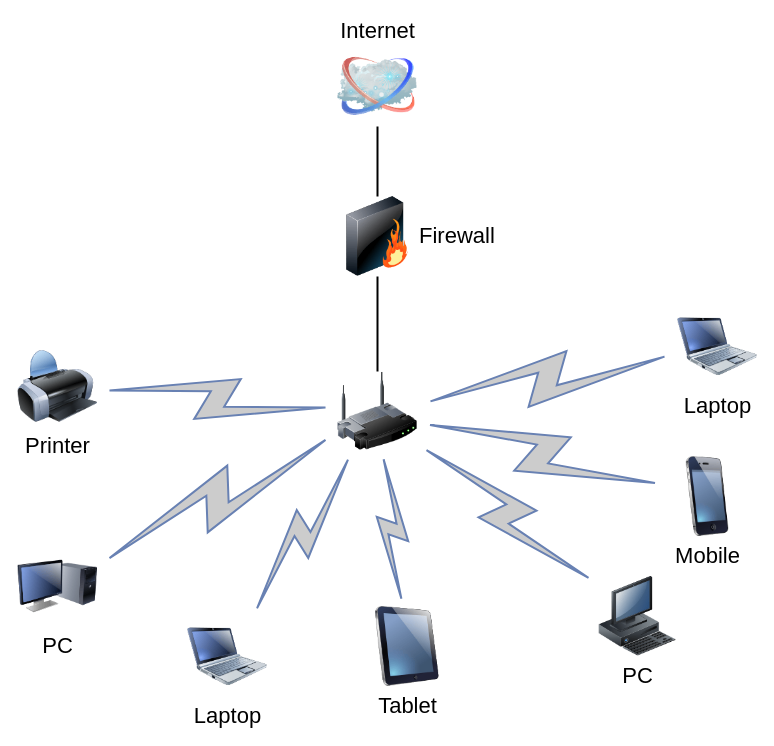
The draw.io diagram HDDMDT.drawio in Eddardx/MDT, before the edit. Source tidied: cells renumbered, new cells numbered last; positions are measured from the earlier drawing's top-left corner, leaving out a move shared by most shapes. Both pictures are drawn from the tidied source at 100%, with x=0, y=0 at pixel (17, 46).
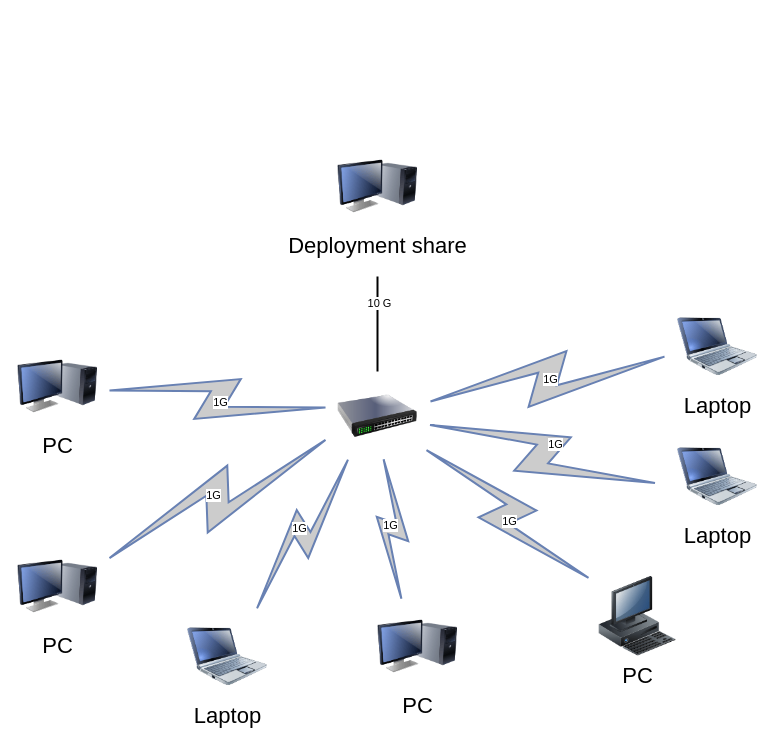
After the change.

Unchanged cells that the change refers to:
```xml
<mxCell id="8" value="PC" style="image;html=1;labelBackgroundColor=#ffffff;image=img/lib/clip_art/computers/Monitor_Tower_128x128.png;rounded=1;shadow=0;comic=0;strokeWidth=2;fontSize=22;" parent="1" vertex="1">
  <mxGeometry y="500" width="80" height="80" as="geometry" />
</mxCell>
<mxCell id="10" value="PC" style="image;html=1;labelBackgroundColor=#ffffff;image=img/lib/clip_art/computers/Workstation_128x128.png;rounded=1;shadow=0;comic=0;strokeWidth=2;fontSize=22;" parent="1" vertex="1">
  <mxGeometry x="580" y="530" width="80" height="80" as="geometry" />
</mxCell>
<mxCell id="12" value="Laptop" style="image;html=1;labelBackgroundColor=#ffffff;image=img/lib/clip_art/computers/Netbook_128x128.png;rounded=1;shadow=0;comic=0;strokeColor=#000000;strokeWidth=2;fillColor=#FFFFFF;fontSize=22;fontColor=#000000;" parent="1" vertex="1">
  <mxGeometry x="660" y="260" width="80" height="80" as="geometry" />
</mxCell>
<mxCell id="13" value="Laptop" style="image;html=1;labelBackgroundColor=#ffffff;image=img/lib/clip_art/computers/Netbook_128x128.png;rounded=1;shadow=0;comic=0;strokeWidth=2;fontSize=22;" parent="1" vertex="1">
  <mxGeometry x="170" y="570" width="80" height="80" as="geometry" />
</mxCell>
```

What changed in the source:
```diff
@@
-    <mxCell id="2" style="edgeStyle=none;rounded=0;html=1;labelBackgroundColor=none;endArrow=none;strokeWidth=2;fontFamily=Verdana;fontSize=22;" parent="1" edge="1" source="3" target="6">
-      <mxGeometry relative="1" as="geometry" />
+    <mxCell id="2" style="edgeStyle=none;rounded=0;html=1;labelBackgroundColor=none;endArrow=none;strokeWidth=2;fontFamily=Verdana;fontSize=22;" parent="1" edge="1">
+      <mxGeometry relative="1" as="geometry">
+        <mxPoint x="360" y="325" as="sourcePoint" />
+        <mxPoint x="360" y="230" as="targetPoint" />
+      </mxGeometry>
     </mxCell>
-    <mxCell id="3" style="image;html=1;labelBackgroundColor=#ffffff;image=img/lib/clip_art/networking/Wireless_Router_128x128.png;rounded=1;shadow=0;comic=0;strokeWidth=2;fontSize=22;" parent="1" vertex="1">
-      <mxGeometry x="320" y="325" width="80" height="80" as="geometry" />
-    </mxCell>
-    <mxCell id="4" value="Internet" style="image;html=1;labelBackgroundColor=#ffffff;image=img/lib/clip_art/networking/Cloud_128x128.png;rounded=1;shadow=0;comic=0;strokeWidth=2;fontSize=22;labelPosition=center;verticalLabelPosition=top;align=center;verticalAlign=bottom;" parent="1" vertex="1">
-      <mxGeometry x="320" width="80" height="80" as="geometry" />
-    </mxCell>
-    <mxCell id="5" style="edgeStyle=none;rounded=0;html=1;labelBackgroundColor=none;endArrow=none;strokeWidth=2;fontFamily=Verdana;fontSize=22;" parent="1" edge="1" source="6" target="4">
-      <mxGeometry relative="1" as="geometry" />
-    </mxCell>
-    <mxCell id="6" value="Firewall" style="image;html=1;labelBackgroundColor=#ffffff;image=img/lib/clip_art/networking/Firewall_128x128.png;rounded=1;shadow=0;comic=0;strokeWidth=2;fontSize=22;labelPosition=right;verticalLabelPosition=middle;align=left;verticalAlign=middle;" parent="1" vertex="1">
-      <mxGeometry x="320" y="150" width="80" height="80" as="geometry" />
-    </mxCell>
-    <mxCell id="7" value="Tablet" style="image;html=1;labelBackgroundColor=#ffffff;image=img/lib/clip_art/computers/iPad_128x128.png;rounded=1;shadow=0;comic=0;strokeWidth=2;fontSize=22;" parent="1" vertex="1">
-      <mxGeometry x="350" y="560" width="80" height="80" as="geometry" />
-    </mxCell>
+    <mxCell id="21" value="10 G" style="edgeLabel;html=1;align=center;verticalAlign=middle;" parent="2" vertex="1">
+      <mxGeometry x="0.45" y="-1" relative="1" as="geometry" />
+    </mxCell>
@@
-    <mxCell id="9" value="Printer" style="image;html=1;labelBackgroundColor=#ffffff;image=img/lib/clip_art/computers/Printer_128x128.png;rounded=1;shadow=0;comic=0;strokeWidth=2;fontSize=22;" parent="1" vertex="1">
-      <mxGeometry y="300" width="80" height="80" as="geometry" />
-    </mxCell>
@@
-    <mxCell id="11" value="Mobile" style="image;html=1;labelBackgroundColor=#ffffff;image=img/lib/clip_art/telecommunication/iPhone_128x128.png;rounded=1;shadow=0;comic=0;strokeWidth=2;fontSize=22;" parent="1" vertex="1">
-      <mxGeometry x="650" y="410" width="80" height="80" as="geometry" />
-    </mxCell>
@@
-    <mxCell id="14" style="html=1;fillColor=#CCCCCC;strokeColor=#6881B3;gradientColor=none;gradientDirection=north;strokeWidth=2;shape=mxgraph.networks.comm_link_edge;html=1;labelBackgroundColor=none;endArrow=none;fontFamily=Verdana;fontSize=22;fontColor=#000000;" parent="1" edge="1" source="9" target="3">
-      <mxGeometry relative="1" as="geometry" />
+    <mxCell id="14" style="html=1;fillColor=#CCCCCC;strokeColor=#6881B3;gradientColor=none;gradientDirection=north;strokeWidth=2;shape=mxgraph.networks.comm_link_edge;html=1;labelBackgroundColor=none;endArrow=none;fontFamily=Verdana;fontSize=22;fontColor=#000000;" parent="1" edge="1">
+      <mxGeometry relative="1" as="geometry">
+        <mxPoint x="80" y="343.1" as="sourcePoint" />
+        <mxPoint x="320" y="361.9" as="targetPoint" />
+      </mxGeometry>
     </mxCell>
+    <mxCell id="22" value="1G" style="edgeLabel;html=1;align=center;verticalAlign=middle;" parent="14" vertex="1">
+      <mxGeometry x="0.02" y="-3" relative="1" as="geometry" />
+    </mxCell>
-    <mxCell id="15" style="html=1;fillColor=#CCCCCC;strokeColor=#6881B3;gradientColor=none;gradientDirection=north;strokeWidth=2;shape=mxgraph.networks.comm_link_edge;html=1;labelBackgroundColor=none;endArrow=none;fontFamily=Verdana;fontSize=22;fontColor=#000000;fontStyle=1;" parent="1" edge="1" source="8" target="3">
-      <mxGeometry relative="1" as="geometry" />
+    <mxCell id="15" style="html=1;fillColor=#CCCCCC;strokeColor=#6881B3;gradientColor=none;gradientDirection=north;strokeWidth=2;shape=mxgraph.networks.comm_link_edge;html=1;labelBackgroundColor=none;endArrow=none;fontFamily=Verdana;fontSize=22;fontColor=#000000;fontStyle=1;" parent="1" edge="1" source="8">
+      <mxGeometry relative="1" as="geometry">
+        <mxPoint x="320" y="386.9" as="targetPoint" />
+      </mxGeometry>
     </mxCell>
+    <mxCell id="23" value="1G" style="edgeLabel;html=1;align=center;verticalAlign=middle;" parent="15" vertex="1">
+      <mxGeometry x="-0.01" y="6" relative="1" as="geometry" />
+    </mxCell>
-    <mxCell id="16" style="html=1;fillColor=#CCCCCC;strokeColor=#6881B3;gradientColor=none;gradientDirection=north;strokeWidth=2;shape=mxgraph.networks.comm_link_edge;html=1;labelBackgroundColor=none;endArrow=none;fontFamily=Verdana;fontSize=22;fontColor=#000000;" parent="1" edge="1" source="13" target="3">
-      <mxGeometry relative="1" as="geometry" />
+    <mxCell id="16" style="html=1;fillColor=#CCCCCC;strokeColor=#6881B3;gradientColor=none;gradientDirection=north;strokeWidth=2;shape=mxgraph.networks.comm_link_edge;html=1;labelBackgroundColor=none;endArrow=none;fontFamily=Verdana;fontSize=22;fontColor=#000000;" parent="1" edge="1" source="13">
+      <mxGeometry relative="1" as="geometry">
+        <mxPoint x="335.5" y="405" as="targetPoint" />
+      </mxGeometry>
     </mxCell>
+    <mxCell id="24" value="1G" style="edgeLabel;html=1;align=center;verticalAlign=middle;" parent="16" vertex="1">
+      <mxGeometry x="0.03" y="6" relative="1" as="geometry" />
+    </mxCell>
-    <mxCell id="17" style="html=1;fillColor=#CCCCCC;strokeColor=#6881B3;gradientColor=none;gradientDirection=north;strokeWidth=2;shape=mxgraph.networks.comm_link_edge;html=1;labelBackgroundColor=none;endArrow=none;fontFamily=Verdana;fontSize=22;fontColor=#000000;" parent="1" edge="1" source="7" target="3">
-      <mxGeometry relative="1" as="geometry" />
+    <mxCell id="17" style="html=1;fillColor=#CCCCCC;strokeColor=#6881B3;gradientColor=none;gradientDirection=north;strokeWidth=2;shape=mxgraph.networks.comm_link_edge;html=1;labelBackgroundColor=none;endArrow=none;fontFamily=Verdana;fontSize=22;fontColor=#000000;" parent="1" edge="1">
+      <mxGeometry relative="1" as="geometry">
+        <mxPoint x="384.9" y="560" as="sourcePoint" />
+        <mxPoint x="365.1" y="405" as="targetPoint" />
+      </mxGeometry>
     </mxCell>
+    <mxCell id="25" value="1G" style="edgeLabel;html=1;align=center;verticalAlign=middle;" parent="17" vertex="1">
+      <mxGeometry x="0.05" y="2" relative="1" as="geometry" />
+    </mxCell>
-    <mxCell id="18" style="html=1;fillColor=#CCCCCC;strokeColor=#6881B3;gradientColor=none;gradientDirection=north;strokeWidth=2;shape=mxgraph.networks.comm_link_edge;html=1;labelBackgroundColor=none;endArrow=none;fontFamily=Verdana;fontSize=22;fontColor=#000000;" parent="1" edge="1" source="10" target="3">
-      <mxGeometry relative="1" as="geometry" />
+    <mxCell id="18" style="html=1;fillColor=#CCCCCC;strokeColor=#6881B3;gradientColor=none;gradientDirection=north;strokeWidth=2;shape=mxgraph.networks.comm_link_edge;html=1;labelBackgroundColor=none;endArrow=none;fontFamily=Verdana;fontSize=22;fontColor=#000000;" parent="1" edge="1" source="10">
+      <mxGeometry relative="1" as="geometry">
+        <mxPoint x="400" y="396.5" as="targetPoint" />
+      </mxGeometry>
     </mxCell>
+    <mxCell id="26" value="1G" style="edgeLabel;html=1;align=center;verticalAlign=middle;" parent="18" vertex="1">
+      <mxGeometry x="-0.04" y="4" relative="1" as="geometry">
+        <mxPoint y="1" as="offset" />
+      </mxGeometry>
+    </mxCell>
-    <mxCell id="19" style="html=1;fillColor=#CCCCCC;strokeColor=#6881B3;gradientColor=none;gradientDirection=north;strokeWidth=2;shape=mxgraph.networks.comm_link_edge;html=1;labelBackgroundColor=none;endArrow=none;fontFamily=Verdana;fontSize=22;fontColor=#000000;" parent="1" edge="1" source="11" target="3">
-      <mxGeometry relative="1" as="geometry" />
+    <mxCell id="19" style="html=1;fillColor=#CCCCCC;strokeColor=#6881B3;gradientColor=none;gradientDirection=north;strokeWidth=2;shape=mxgraph.networks.comm_link_edge;html=1;labelBackgroundColor=none;endArrow=none;fontFamily=Verdana;fontSize=22;fontColor=#000000;" parent="1" edge="1">
+      <mxGeometry relative="1" as="geometry">
+        <mxPoint x="650" y="439.7" as="sourcePoint" />
+        <mxPoint x="400" y="375.3" as="targetPoint" />
+      </mxGeometry>
     </mxCell>
+    <mxCell id="27" value="1G" style="edgeLabel;html=1;align=center;verticalAlign=middle;" parent="19" vertex="1">
+      <mxGeometry x="-0.07" y="-13" relative="1" as="geometry" />
+    </mxCell>
-    <mxCell id="20" style="html=1;fillColor=#CCCCCC;strokeColor=#6881B3;gradientColor=none;gradientDirection=north;strokeWidth=2;shape=mxgraph.networks.comm_link_edge;html=1;labelBackgroundColor=none;endArrow=none;fontFamily=Verdana;fontSize=22;fontColor=#000000;" parent="1" edge="1" source="12" target="3">
-      <mxGeometry relative="1" as="geometry" />
+    <mxCell id="20" style="html=1;fillColor=#CCCCCC;strokeColor=#6881B3;gradientColor=none;gradientDirection=north;strokeWidth=2;shape=mxgraph.networks.comm_link_edge;html=1;labelBackgroundColor=none;endArrow=none;fontFamily=Verdana;fontSize=22;fontColor=#000000;" parent="1" edge="1" source="12">
+      <mxGeometry relative="1" as="geometry">
+        <mxPoint x="400" y="357.4" as="targetPoint" />
+      </mxGeometry>
     </mxCell>
+    <mxCell id="28" value="1G" style="edgeLabel;html=1;align=center;verticalAlign=middle;" parent="20" vertex="1">
+      <mxGeometry x="-0.02" relative="1" as="geometry" />
+    </mxCell>
+    <mxCell id="29" style="image;html=1;image=img/lib/clip_art/networking/Switch_128x128.png;" parent="1" vertex="1">
+      <mxGeometry x="320" y="330" width="80" height="80" as="geometry" />
+    </mxCell>
+    <mxCell id="30" value="Laptop" style="image;html=1;labelBackgroundColor=#ffffff;image=img/lib/clip_art/computers/Netbook_128x128.png;rounded=1;shadow=0;comic=0;strokeColor=#000000;strokeWidth=2;fillColor=#FFFFFF;fontSize=22;fontColor=#000000;" parent="1" vertex="1">
+      <mxGeometry x="660" y="390" width="80" height="80" as="geometry" />
+    </mxCell>
+    <mxCell id="31" value="PC" style="image;html=1;labelBackgroundColor=#ffffff;image=img/lib/clip_art/computers/Monitor_Tower_128x128.png;rounded=1;shadow=0;comic=0;strokeWidth=2;fontSize=22;" parent="1" vertex="1">
+      <mxGeometry y="300" width="80" height="80" as="geometry" />
+    </mxCell>
+    <mxCell id="32" value="PC" style="image;html=1;labelBackgroundColor=#ffffff;image=img/lib/clip_art/computers/Monitor_Tower_128x128.png;rounded=1;shadow=0;comic=0;strokeWidth=2;fontSize=22;" parent="1" vertex="1">
+      <mxGeometry x="360" y="560" width="80" height="80" as="geometry" />
+    </mxCell>
+    <mxCell id="33" value="Deployment share" style="image;html=1;labelBackgroundColor=#ffffff;image=img/lib/clip_art/computers/Monitor_Tower_128x128.png;rounded=1;shadow=0;comic=0;strokeWidth=2;fontSize=22;" parent="1" vertex="1">
+      <mxGeometry x="320" y="100" width="80" height="80" as="geometry" />
+    </mxCell>
```
